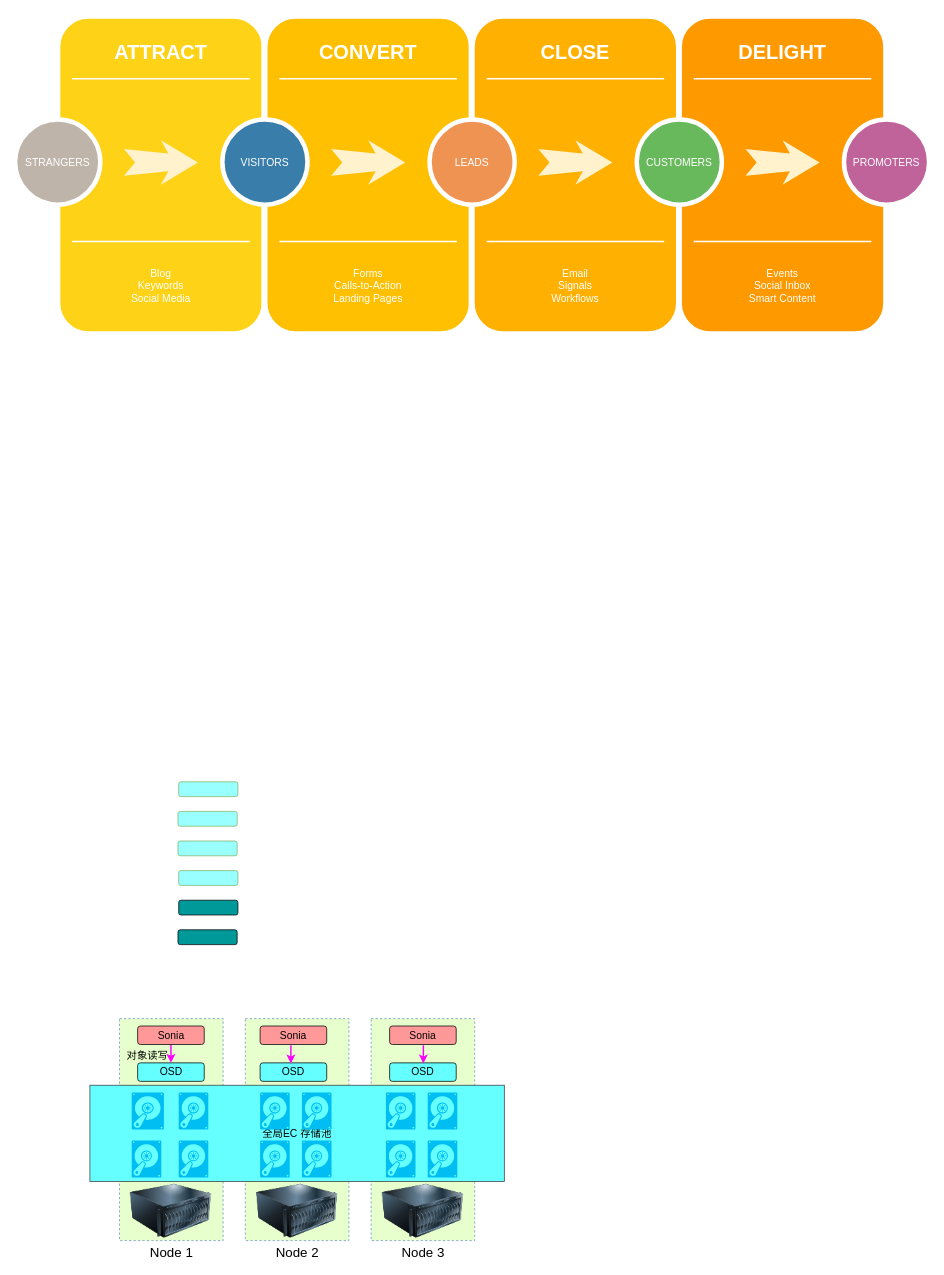
The draw.io diagram Storage_strategy_4.drawio in snowolfhawk/ceph-scripts, before the edit. Source tidied: cells renumbered, new cells numbered last; positions are measured from the earlier drawing's top-left corner, leaving out a move shared by most shapes. Both pictures are drawn from the tidied source at 74%, with x=0, y=0 at pixel (15, 16).
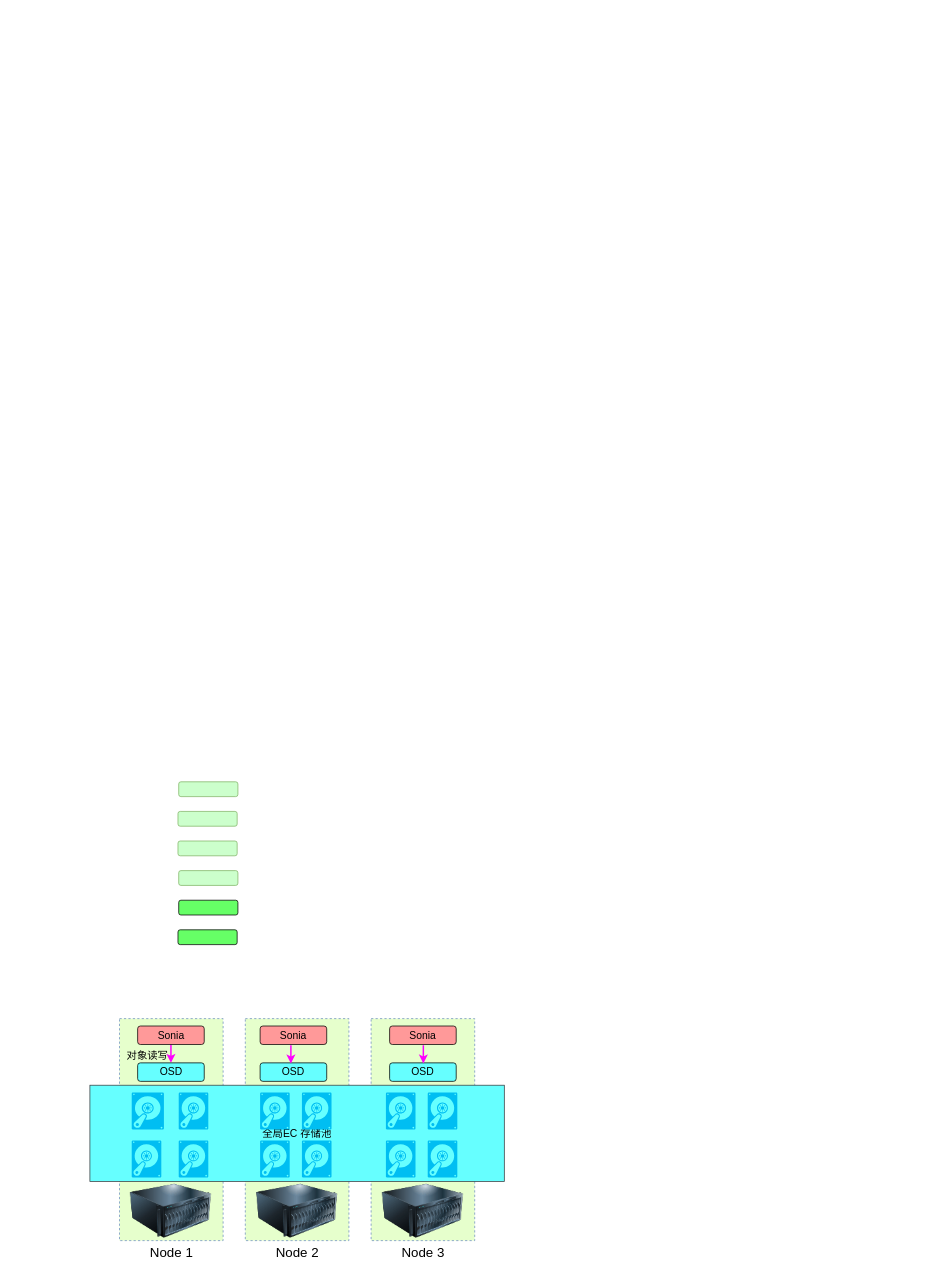
The same diagram, later.

Diff of the diagram source:
```diff
@@
-    <mxCell id="2" style="whiteSpace=wrap;html=1;rounded=1;shadow=0;strokeWidth=8;fontSize=20;align=center;fillColor=#FED217;strokeColor=#FFFFFF;" parent="1" vertex="1">
-      <mxGeometry x="57" width="280" height="430" as="geometry" />
-    </mxCell>
-    <mxCell id="3" value="ATTRACT" style="text;html=1;strokeColor=none;fillColor=none;align=center;verticalAlign=middle;whiteSpace=wrap;rounded=0;shadow=0;fontSize=27;fontColor=#FFFFFF;fontStyle=1;" parent="1" vertex="1">
-      <mxGeometry x="57" y="20" width="280" height="60" as="geometry" />
-    </mxCell>
-    <mxCell id="4" value="Blog&lt;div&gt;Keywords&lt;/div&gt;&lt;div&gt;Social Media&lt;/div&gt;" style="text;html=1;strokeColor=none;fillColor=none;align=center;verticalAlign=middle;whiteSpace=wrap;rounded=0;shadow=0;fontSize=14;fontColor=#FFFFFF;" parent="1" vertex="1">
-      <mxGeometry x="57" y="320" width="280" height="90" as="geometry" />
-    </mxCell>
-    <mxCell id="5" style="line;strokeWidth=2;html=1;rounded=0;shadow=0;fontSize=27;align=center;fillColor=none;strokeColor=#FFFFFF;" parent="1" vertex="1">
-      <mxGeometry x="77" y="80" width="240" height="10" as="geometry" />
-    </mxCell>
-    <mxCell id="6" style="line;strokeWidth=2;html=1;rounded=0;shadow=0;fontSize=27;align=center;fillColor=none;strokeColor=#FFFFFF;" parent="1" vertex="1">
-      <mxGeometry x="77" y="300" width="240" height="10" as="geometry" />
-    </mxCell>
-    <mxCell id="7" value="STRANGERS" style="ellipse;whiteSpace=wrap;html=1;rounded=0;shadow=0;strokeWidth=6;fontSize=14;align=center;fillColor=#BFB4A9;strokeColor=#FFFFFF;fontColor=#FFFFFF;" parent="1" vertex="1">
-      <mxGeometry y="140" width="115" height="115" as="geometry" />
-    </mxCell>
-    <mxCell id="8" style="html=1;shadow=0;dashed=0;align=center;verticalAlign=middle;shape=mxgraph.arrows2.stylisedArrow;dy=0.6;dx=40;notch=15;feather=0.4;rounded=0;strokeWidth=1;fontSize=27;strokeColor=none;fillColor=#fff2cc;" parent="1" vertex="1">
-      <mxGeometry x="147" y="168" width="100" height="60" as="geometry" />
-    </mxCell>
-    <mxCell id="9" style="whiteSpace=wrap;html=1;rounded=1;shadow=0;strokeWidth=8;fontSize=20;align=center;fillColor=#FFC001;strokeColor=#FFFFFF;" parent="1" vertex="1">
-      <mxGeometry x="337" width="280" height="430" as="geometry" />
-    </mxCell>
-    <mxCell id="10" value="CONVERT" style="text;html=1;strokeColor=none;fillColor=none;align=center;verticalAlign=middle;whiteSpace=wrap;rounded=0;shadow=0;fontSize=27;fontColor=#FFFFFF;fontStyle=1;" parent="1" vertex="1">
-      <mxGeometry x="337" y="20" width="280" height="60" as="geometry" />
-    </mxCell>
-    <mxCell id="11" value="Forms&lt;div&gt;Calls-to-Action&lt;/div&gt;&lt;div&gt;Landing Pages&lt;/div&gt;" style="text;html=1;strokeColor=none;fillColor=none;align=center;verticalAlign=middle;whiteSpace=wrap;rounded=0;shadow=0;fontSize=14;fontColor=#FFFFFF;" parent="1" vertex="1">
-      <mxGeometry x="337" y="320" width="280" height="90" as="geometry" />
-    </mxCell>
-    <mxCell id="12" style="line;strokeWidth=2;html=1;rounded=0;shadow=0;fontSize=27;align=center;fillColor=none;strokeColor=#FFFFFF;" parent="1" vertex="1">
-      <mxGeometry x="357" y="80" width="240" height="10" as="geometry" />
-    </mxCell>
-    <mxCell id="13" style="line;strokeWidth=2;html=1;rounded=0;shadow=0;fontSize=27;align=center;fillColor=none;strokeColor=#FFFFFF;" parent="1" vertex="1">
-      <mxGeometry x="357" y="300" width="240" height="10" as="geometry" />
-    </mxCell>
-    <mxCell id="14" value="VISITORS" style="ellipse;whiteSpace=wrap;html=1;rounded=0;shadow=0;strokeWidth=6;fontSize=14;align=center;fillColor=#397DAA;strokeColor=#FFFFFF;fontColor=#FFFFFF;" parent="1" vertex="1">
-      <mxGeometry x="280" y="140" width="115" height="115" as="geometry" />
-    </mxCell>
-    <mxCell id="15" style="html=1;shadow=0;dashed=0;align=center;verticalAlign=middle;shape=mxgraph.arrows2.stylisedArrow;dy=0.6;dx=40;notch=15;feather=0.4;rounded=0;strokeWidth=1;fontSize=27;strokeColor=none;fillColor=#fff2cc;" parent="1" vertex="1">
-      <mxGeometry x="427" y="168" width="100" height="60" as="geometry" />
-    </mxCell>
-    <mxCell id="16" style="whiteSpace=wrap;html=1;rounded=1;shadow=0;strokeWidth=8;fontSize=20;align=center;fillColor=#FFB001;strokeColor=#FFFFFF;" parent="1" vertex="1">
-      <mxGeometry x="617" width="280" height="430" as="geometry" />
-    </mxCell>
-    <mxCell id="17" value="CLOSE" style="text;html=1;strokeColor=none;fillColor=none;align=center;verticalAlign=middle;whiteSpace=wrap;rounded=0;shadow=0;fontSize=27;fontColor=#FFFFFF;fontStyle=1;" parent="1" vertex="1">
-      <mxGeometry x="617" y="20" width="280" height="60" as="geometry" />
-    </mxCell>
-    <mxCell id="18" value="Email&lt;div&gt;Signals&lt;/div&gt;&lt;div&gt;Workflows&lt;/div&gt;" style="text;html=1;strokeColor=none;fillColor=none;align=center;verticalAlign=middle;whiteSpace=wrap;rounded=0;shadow=0;fontSize=14;fontColor=#FFFFFF;" parent="1" vertex="1">
-      <mxGeometry x="617" y="320" width="280" height="90" as="geometry" />
-    </mxCell>
-    <mxCell id="19" style="line;strokeWidth=2;html=1;rounded=0;shadow=0;fontSize=27;align=center;fillColor=none;strokeColor=#FFFFFF;" parent="1" vertex="1">
-      <mxGeometry x="637" y="80" width="240" height="10" as="geometry" />
-    </mxCell>
-    <mxCell id="20" style="line;strokeWidth=2;html=1;rounded=0;shadow=0;fontSize=27;align=center;fillColor=none;strokeColor=#FFFFFF;" parent="1" vertex="1">
-      <mxGeometry x="637" y="300" width="240" height="10" as="geometry" />
-    </mxCell>
-    <mxCell id="21" value="LEADS" style="ellipse;whiteSpace=wrap;html=1;rounded=0;shadow=0;strokeWidth=6;fontSize=14;align=center;fillColor=#EF9353;strokeColor=#FFFFFF;fontColor=#FFFFFF;" parent="1" vertex="1">
-      <mxGeometry x="560" y="140" width="115" height="115" as="geometry" />
-    </mxCell>
-    <mxCell id="22" style="html=1;shadow=0;dashed=0;align=center;verticalAlign=middle;shape=mxgraph.arrows2.stylisedArrow;dy=0.6;dx=40;notch=15;feather=0.4;rounded=0;strokeWidth=1;fontSize=27;strokeColor=none;fillColor=#fff2cc;" parent="1" vertex="1">
-      <mxGeometry x="707" y="168" width="100" height="60" as="geometry" />
-    </mxCell>
-    <mxCell id="23" style="whiteSpace=wrap;html=1;rounded=1;shadow=0;strokeWidth=8;fontSize=20;align=center;fillColor=#FE9900;strokeColor=#FFFFFF;" parent="1" vertex="1">
-      <mxGeometry x="897" width="280" height="430" as="geometry" />
-    </mxCell>
-    <mxCell id="24" value="DELIGHT" style="text;html=1;strokeColor=none;fillColor=none;align=center;verticalAlign=middle;whiteSpace=wrap;rounded=0;shadow=0;fontSize=27;fontColor=#FFFFFF;fontStyle=1;" parent="1" vertex="1">
-      <mxGeometry x="897" y="20" width="280" height="60" as="geometry" />
-    </mxCell>
-    <mxCell id="25" value="Events&lt;div&gt;Social Inbox&lt;/div&gt;&lt;div&gt;Smart Content&lt;/div&gt;" style="text;html=1;strokeColor=none;fillColor=none;align=center;verticalAlign=middle;whiteSpace=wrap;rounded=0;shadow=0;fontSize=14;fontColor=#FFFFFF;" parent="1" vertex="1">
-      <mxGeometry x="897" y="320" width="280" height="90" as="geometry" />
-    </mxCell>
-    <mxCell id="26" style="line;strokeWidth=2;html=1;rounded=0;shadow=0;fontSize=27;align=center;fillColor=none;strokeColor=#FFFFFF;" parent="1" vertex="1">
-      <mxGeometry x="917" y="80" width="240" height="10" as="geometry" />
-    </mxCell>
-    <mxCell id="27" style="line;strokeWidth=2;html=1;rounded=0;shadow=0;fontSize=27;align=center;fillColor=none;strokeColor=#FFFFFF;" parent="1" vertex="1">
-      <mxGeometry x="917" y="300" width="240" height="10" as="geometry" />
-    </mxCell>
-    <mxCell id="28" value="CUSTOMERS" style="ellipse;whiteSpace=wrap;html=1;rounded=0;shadow=0;strokeWidth=6;fontSize=14;align=center;fillColor=#68B85C;strokeColor=#FFFFFF;fontColor=#FFFFFF;" parent="1" vertex="1">
-      <mxGeometry x="840" y="140" width="115" height="115" as="geometry" />
-    </mxCell>
-    <mxCell id="29" style="html=1;shadow=0;dashed=0;align=center;verticalAlign=middle;shape=mxgraph.arrows2.stylisedArrow;dy=0.6;dx=40;notch=15;feather=0.4;rounded=0;strokeWidth=1;fontSize=27;strokeColor=none;fillColor=#fff2cc;" parent="1" vertex="1">
-      <mxGeometry x="987" y="168" width="100" height="60" as="geometry" />
-    </mxCell>
-    <mxCell id="30" value="PROMOTERS" style="ellipse;whiteSpace=wrap;html=1;rounded=0;shadow=0;strokeWidth=6;fontSize=14;align=center;fillColor=#BF639A;strokeColor=#FFFFFF;fontColor=#FFFFFF;" parent="1" vertex="1">
-      <mxGeometry x="1120" y="140" width="115" height="115" as="geometry" />
-    </mxCell>
-    <mxCell id="31" style="rounded=1;whiteSpace=wrap;html=1;fillColor=#99FFFF;strokeColor=#82b366;" parent="1" vertex="1">
+    <mxCell id="31" style="rounded=1;whiteSpace=wrap;html=1;fillColor=#CCFFCC;strokeColor=#82b366;" parent="1" vertex="1">
       <mxGeometry x="221" y="1035" width="80" height="20" as="geometry" />
     </mxCell>
-    <mxCell id="32" style="rounded=1;whiteSpace=wrap;html=1;fillColor=#99FFFF;strokeColor=#82b366;" parent="1" vertex="1">
+    <mxCell id="32" style="rounded=1;whiteSpace=wrap;html=1;fillColor=#CCFFCC;strokeColor=#82b366;" parent="1" vertex="1">
       <mxGeometry x="220" y="1075" width="80" height="20" as="geometry" />
     </mxCell>
-    <mxCell id="33" style="rounded=1;whiteSpace=wrap;html=1;fillColor=#99FFFF;strokeColor=#82b366;" parent="1" vertex="1">
+    <mxCell id="33" style="rounded=1;whiteSpace=wrap;html=1;fillColor=#CCFFCC;strokeColor=#82b366;" parent="1" vertex="1">
       <mxGeometry x="221" y="1155" width="80" height="20" as="geometry" />
     </mxCell>
-    <mxCell id="34" style="rounded=1;whiteSpace=wrap;html=1;fillColor=#99FFFF;strokeColor=#82b366;" parent="1" vertex="1">
+    <mxCell id="34" style="rounded=1;whiteSpace=wrap;html=1;fillColor=#CCFFCC;strokeColor=#82b366;" parent="1" vertex="1">
       <mxGeometry x="220" y="1115" width="80" height="20" as="geometry" />
     </mxCell>
-    <mxCell id="35" style="rounded=1;whiteSpace=wrap;html=1;fillColor=#009999;" parent="1" vertex="1">
+    <mxCell id="35" style="rounded=1;whiteSpace=wrap;html=1;fillColor=#66FF66;" parent="1" vertex="1">
       <mxGeometry x="221" y="1195" width="80" height="20" as="geometry" />
     </mxCell>
-    <mxCell id="36" style="rounded=1;whiteSpace=wrap;html=1;fillColor=#009999;" parent="1" vertex="1">
+    <mxCell id="36" style="rounded=1;whiteSpace=wrap;html=1;fillColor=#66FF66;" parent="1" vertex="1">
       <mxGeometry x="220" y="1235" width="80" height="20" as="geometry" />
     </mxCell>
```
